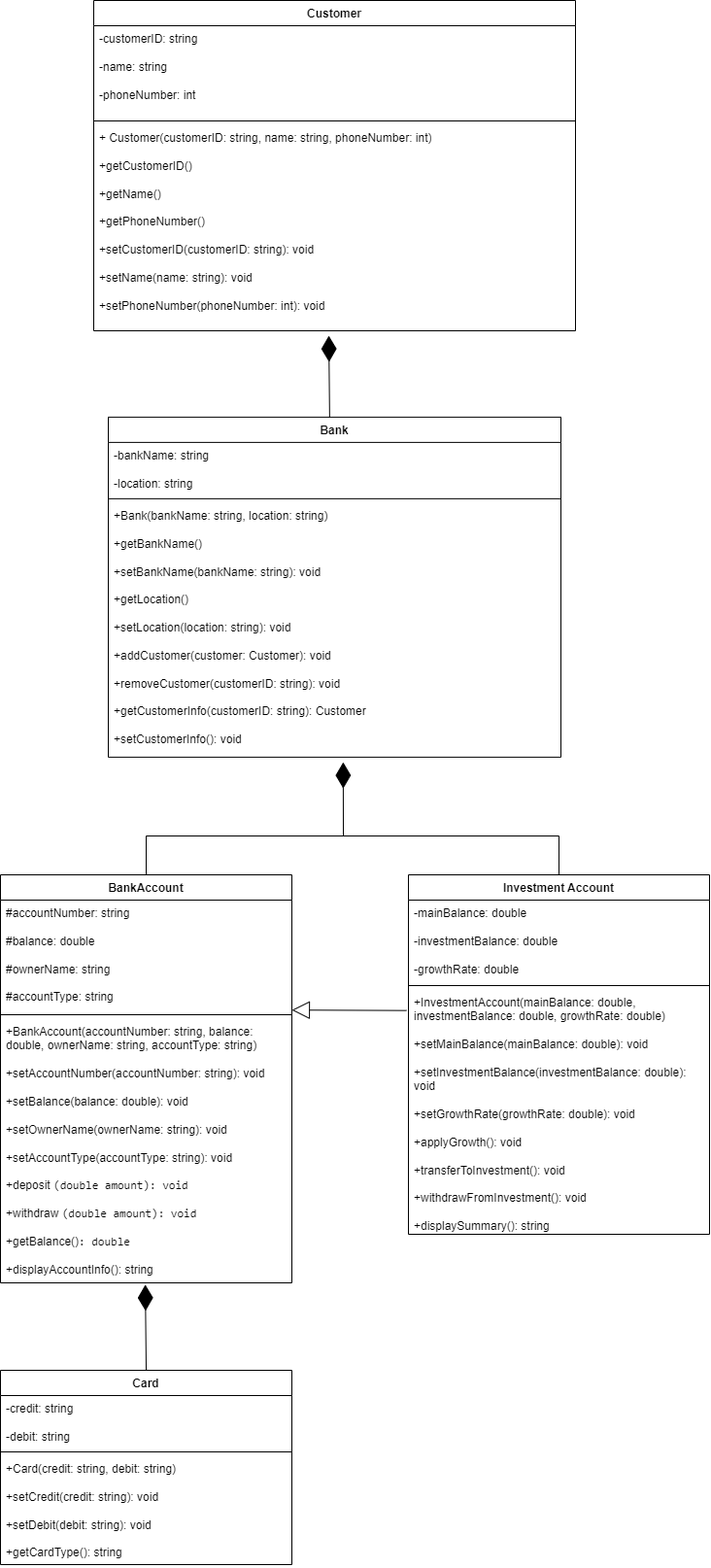
Before: Class diagram.drawio_.drawio.png, a diagram exported from draw.io (nataliareyram/Bank-simulator). Source tidied: cells renumbered, new cells last; positions are measured from the earlier drawing's top-left corner, leaving out a move shared by most shapes.
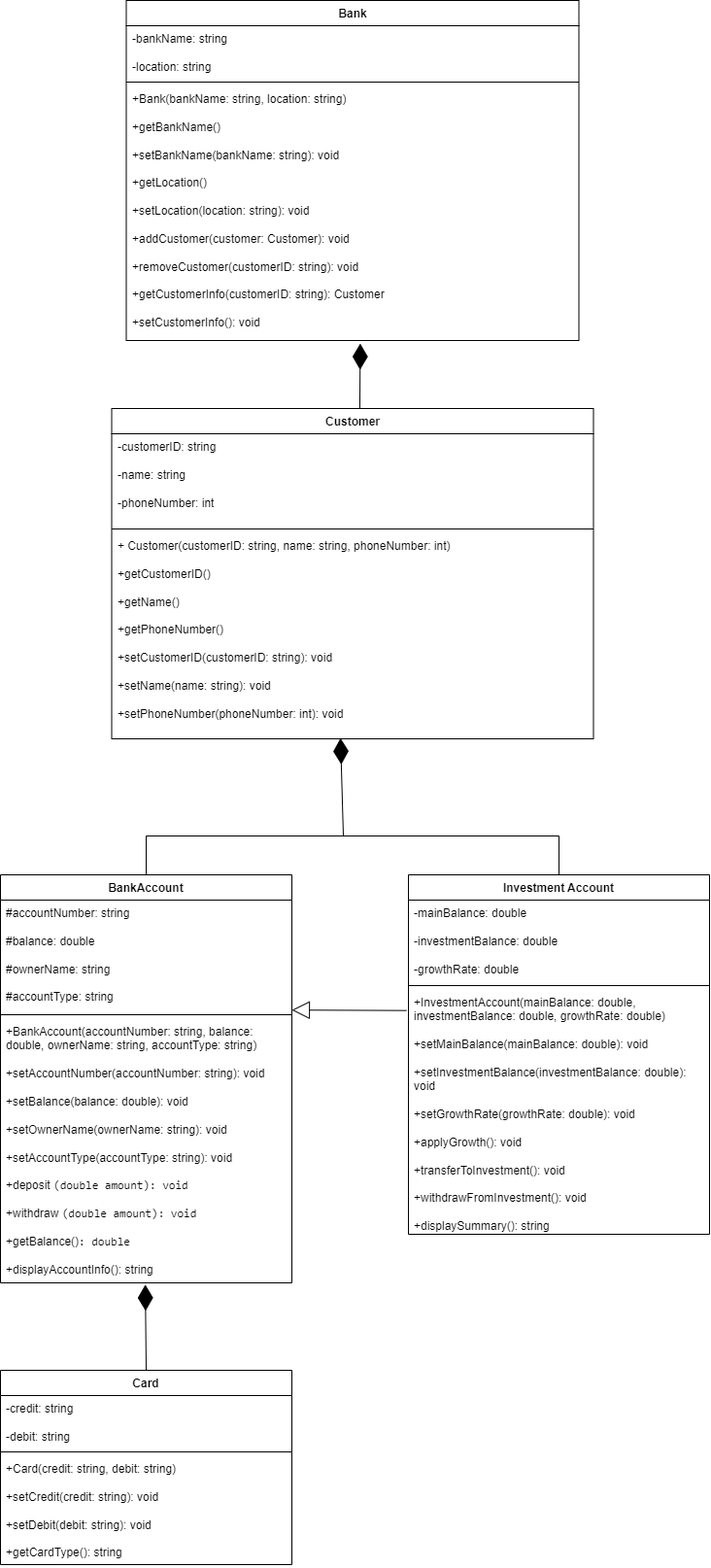
The same file after the commit.

Diff of the diagram source:
```diff
@@ -15,7 +15,7 @@
       <mxGeometry y="148" width="300" height="272" as="geometry" />
     </mxCell>
     <mxCell id="6" value="Customer" style="swimlane;fontStyle=1;align=center;verticalAlign=top;horizontal=1;startSize=26;whiteSpace=wrap;html=1;" parent="1" vertex="1">
-      <mxGeometry x="96" width="496" height="340" as="geometry" />
+      <mxGeometry x="114.5" y="420" width="496" height="340" as="geometry" />
     </mxCell>
     <mxCell id="7" value="&lt;div&gt;-customerID: string&lt;/div&gt;&lt;div&gt;&lt;br&gt;&lt;/div&gt;&lt;div&gt;-name: string&lt;/div&gt;&lt;div&gt;&lt;br&gt;&lt;/div&gt;&lt;div&gt;&lt;span style=&quot;background-color: initial;&quot;&gt;-phoneNumber: int&lt;/span&gt;&lt;/div&gt;" style="text;strokeColor=none;fillColor=none;align=left;verticalAlign=top;spacingLeft=4;spacingRight=4;overflow=hidden;whiteSpace=wrap;html=1;" parent="6" vertex="1">
       <mxGeometry y="26" width="496" height="94" as="geometry" />
@@ -42,7 +42,7 @@
       <mxGeometry y="118" width="310" height="252" as="geometry" />
     </mxCell>
     <mxCell id="15" value="Bank" style="swimlane;fontStyle=1;align=center;verticalAlign=top;horizontal=1;startSize=26;whiteSpace=wrap;html=1;" parent="1" vertex="1">
-      <mxGeometry x="111" y="428.9" width="466" height="350" as="geometry" />
+      <mxGeometry x="129.5" width="466" height="350" as="geometry" />
     </mxCell>
     <mxCell id="16" value="&lt;span style=&quot;background-color: initial;&quot;&gt;-bankName: string&lt;/span&gt;&lt;div&gt;&lt;br&gt;&lt;div&gt;-location: string&lt;/div&gt;&lt;/div&gt;" style="text;strokeColor=none;fillColor=none;align=left;verticalAlign=top;spacingLeft=4;spacingRight=4;overflow=hidden;whiteSpace=wrap;html=1;" parent="15" vertex="1">
       <mxGeometry y="26" width="466" height="54" as="geometry" />
@@ -53,7 +53,7 @@
     <mxCell id="18" value="&lt;div&gt;&lt;div&gt;+Bank(bankName: string, location: string)&lt;/div&gt;&lt;/div&gt;&lt;div&gt;&lt;br&gt;&lt;/div&gt;&lt;div&gt;+getBankName()&lt;/div&gt;&lt;div&gt;&lt;br&gt;&lt;/div&gt;&lt;div&gt;&lt;div&gt;+setBankName(bankName: string): void&lt;/div&gt;&lt;div&gt;&lt;br&gt;&lt;/div&gt;&lt;div&gt;+getLocation()&lt;/div&gt;&lt;div&gt;&lt;br&gt;&lt;/div&gt;&lt;div&gt;+setLocation(location: string): void&lt;/div&gt;&lt;/div&gt;&lt;div&gt;&lt;br&gt;&lt;/div&gt;+&lt;span style=&quot;background-color: initial;&quot;&gt;addCustomer(customer: Customer): void&lt;/span&gt;&lt;div&gt;&lt;br&gt;&lt;div&gt;+removeCustomer(customerID: string): void&lt;/div&gt;&lt;div&gt;&lt;br&gt;&lt;/div&gt;&lt;div&gt;+getCustomerInfo(customerID: string): Customer&lt;/div&gt;&lt;div&gt;&lt;br&gt;&lt;/div&gt;&lt;div&gt;+setCustomerInfo(): void&lt;/div&gt;&lt;/div&gt;" style="text;strokeColor=none;fillColor=none;align=left;verticalAlign=top;spacingLeft=4;spacingRight=4;overflow=hidden;points=[[0,0.5],[1,0.5]];portConstraint=eastwest;whiteSpace=wrap;html=1;" parent="15" vertex="1">
       <mxGeometry y="88" width="466" height="262" as="geometry" />
     </mxCell>
-    <mxCell id="19" style="endArrow=diamondThin;endFill=1;endSize=24;html=1;rounded=0;exitX=0.489;exitY=0;exitDx=0;exitDy=0;entryX=0.488;entryY=1.024;entryDx=0;entryDy=0;entryPerimeter=0;exitPerimeter=0;" parent="1" edge="1" source="15" target="9">
+    <mxCell id="19" style="endArrow=diamondThin;endFill=1;endSize=24;html=1;rounded=0;entryX=0.517;entryY=1.012;entryDx=0;entryDy=0;entryPerimeter=0;exitX=0.515;exitY=0;exitDx=0;exitDy=0;exitPerimeter=0;" parent="1" edge="1" source="6" target="18">
       <mxGeometry relative="1" as="geometry" />
     </mxCell>
     <mxCell id="20" value="Card" style="swimlane;fontStyle=1;align=center;verticalAlign=top;horizontal=1;startSize=26;whiteSpace=wrap;html=1;" parent="1" vertex="1">
@@ -74,21 +74,21 @@
     <mxCell id="25" style="group;" parent="1" vertex="1">
       <mxGeometry x="150" y="860" width="425" as="geometry" />
     </mxCell>
+    <mxCell id="27" style="endArrow=none;html=1;rounded=0;entryX=0.5;entryY=0;entryDx=0;entryDy=0;" parent="25" edge="1" target="11">
+      <mxGeometry relative="1" as="geometry">
+        <mxPoint x="200" as="sourcePoint" />
+        <Array as="points">
+          <mxPoint x="425" />
+        </Array>
+      </mxGeometry>
+    </mxCell>
-    <mxCell id="26" style="endArrow=diamondThin;endFill=1;endSize=24;html=1;rounded=0;entryX=0.519;entryY=1.02;entryDx=0;entryDy=0;entryPerimeter=0;exitX=0.5;exitY=0;exitDx=0;exitDy=0;" parent="25" edge="1" source="2" target="18">
+    <mxCell id="26" style="endArrow=diamondThin;endFill=1;endSize=24;html=1;rounded=0;exitX=0.5;exitY=0;exitDx=0;exitDy=0;entryX=0.475;entryY=0.997;entryDx=0;entryDy=0;entryPerimeter=0;" parent="1" edge="1" source="2" target="9">
       <mxGeometry relative="1" as="geometry">
         <Array as="points">
-          <mxPoint />
-          <mxPoint x="203" />
+          <mxPoint x="150" y="860" />
+          <mxPoint x="353" y="860" />
         </Array>
       </mxGeometry>
     </mxCell>
-    <mxCell id="27" style="endArrow=none;html=1;rounded=0;entryX=0.5;entryY=0;entryDx=0;entryDy=0;" parent="25" edge="1" target="11">
-      <mxGeometry relative="1" as="geometry">
-        <mxPoint x="200" as="sourcePoint" />
-        <Array as="points">
-          <mxPoint x="425" />
-        </Array>
-      </mxGeometry>
-    </mxCell>
   </root>
 </mxGraphModel>
```
